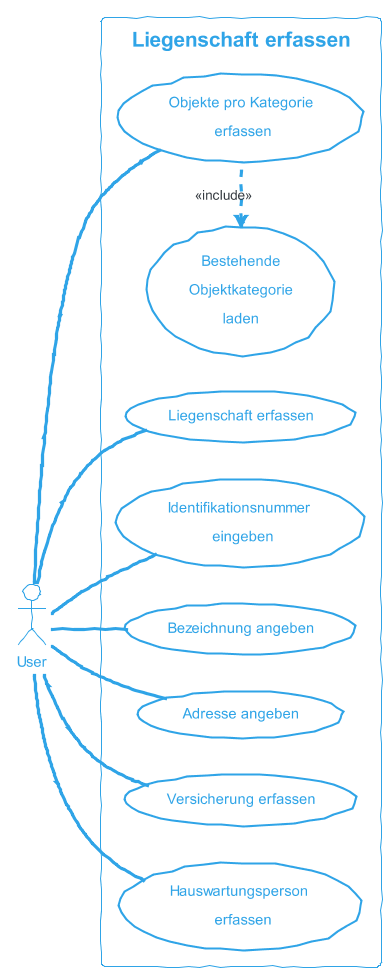
Before: docs/content/diagrams/out/usecase/liegenschaftErfassen/LiegenschaftErfassen.png, a diagram exported from PlantUML (sirtheta/ImmoGlobal_Semesterarbeit). Source of this version:
```plantuml
@startuml LiegenschaftErfassen
!theme cerulean-outline
skinparam handwritten true
left to right direction
actor "User" as fc
rectangle "Liegenschaft erfassen" {
  usecase "Liegenschaft erfassen" as UC1
  usecase "Identifikationsnummer \n eingeben" as UC2
  usecase "Bezeichnung angeben" as UC3
  usecase "Adresse angeben" as UC4
  usecase "Versicherung erfassen" as UC5
  usecase "Hauswartungsperson \n erfassen" as UC6
  usecase "Objekte pro Kategorie\n erfassen" as UC7
  usecase "Bestehende\nObjektkategorie\nladen" as UC8
}
fc -- UC1
fc -- UC2
fc -- UC3
fc -- UC4
fc -- UC5
fc -- UC6
fc -- UC7
UC7 .left.> UC8 : <<include>>
@enduml
```
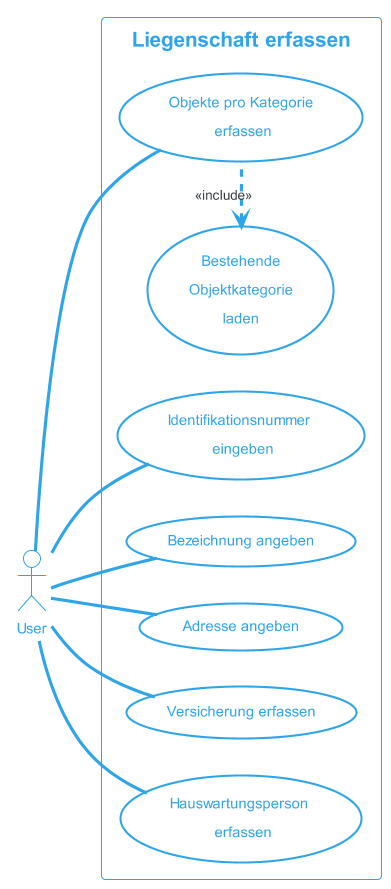
Above is the later version.

Change to the diagram source:
```diff
@@ -1,10 +1,9 @@
 @startuml LiegenschaftErfassen
 !theme cerulean-outline
-skinparam handwritten true
+
 left to right direction
 actor "User" as fc
 rectangle "Liegenschaft erfassen" {
-  usecase "Liegenschaft erfassen" as UC1
   usecase "Identifikationsnummer \n eingeben" as UC2
   usecase "Bezeichnung angeben" as UC3
   usecase "Adresse angeben" as UC4
@@ -13,7 +12,6 @@
   usecase "Objekte pro Kategorie\n erfassen" as UC7
   usecase "Bestehende\nObjektkategorie\nladen" as UC8
 }
-fc -- UC1
 fc -- UC2
 fc -- UC3
 fc -- UC4
```
